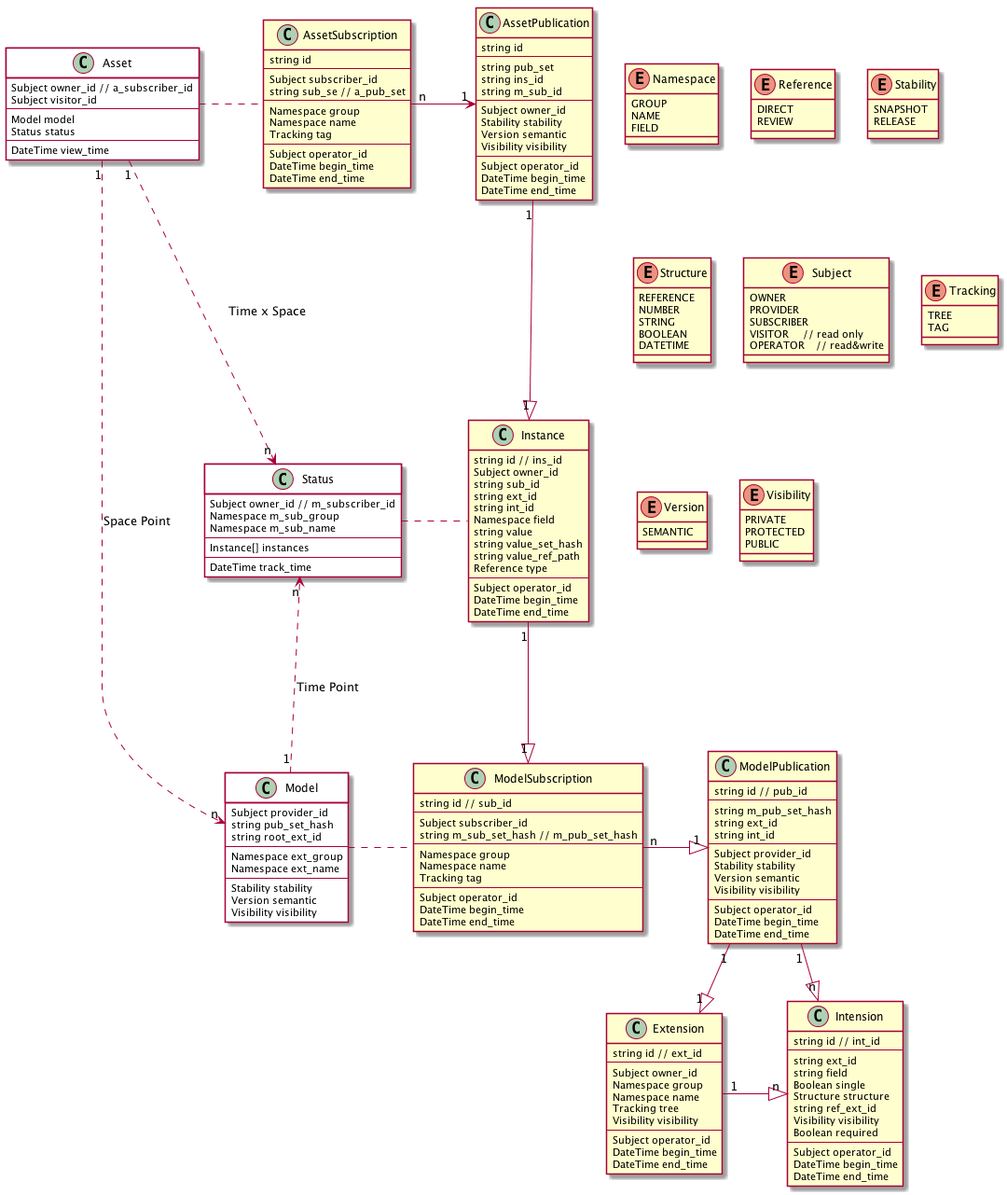
SINeWang/kiimate keeps this PlantUML diagram as kiimate.png. Above is the earlier version.
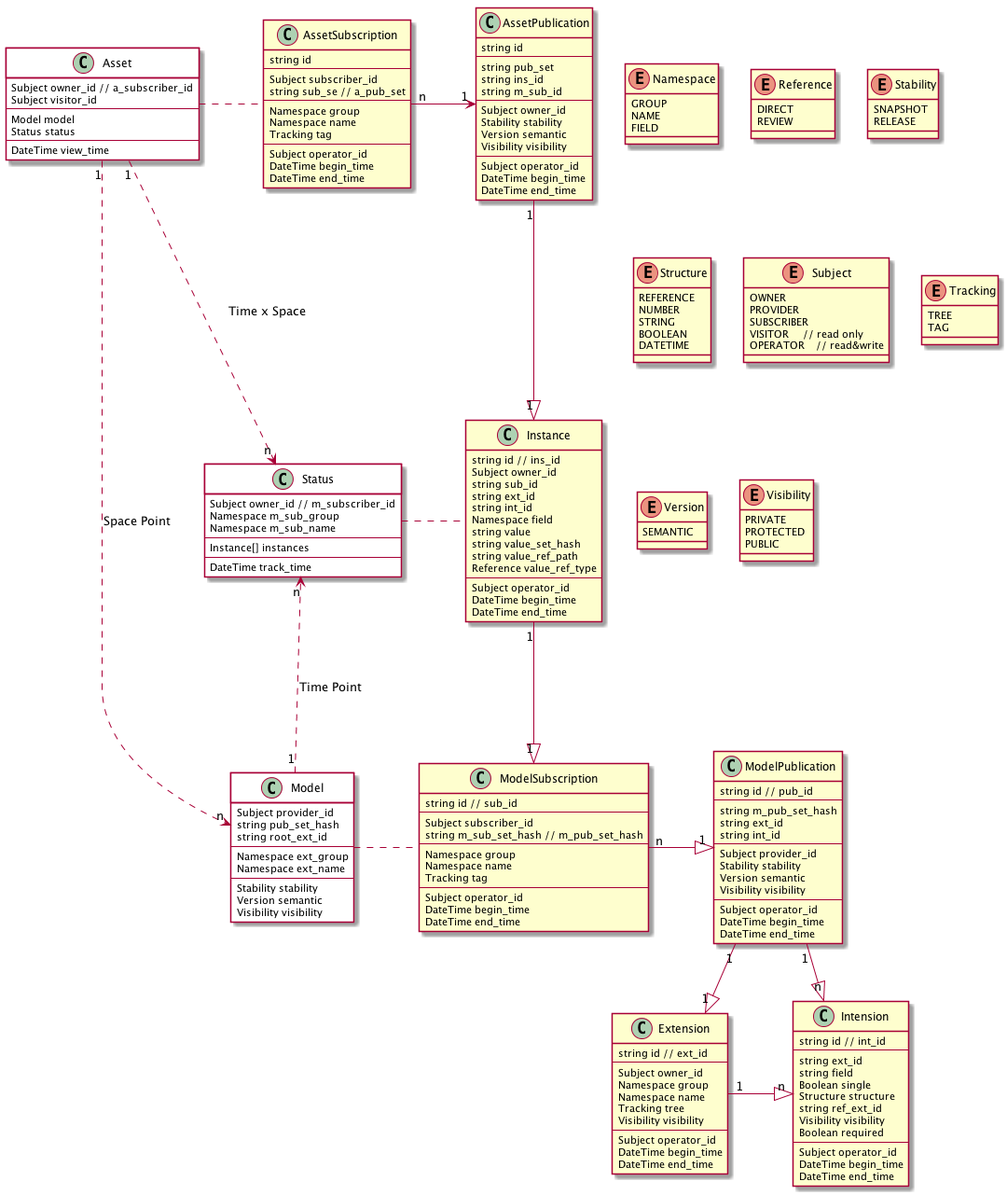
Above is the later version.

Commit message:
update concept model

Diff of the diagram source:
```diff
@@ -167,7 +167,7 @@
     string value
     string value_set_hash
     string value_ref_path
-    Reference type
+    Reference value_ref_type
     ---
     Subject operator_id
     DateTime begin_time
```
